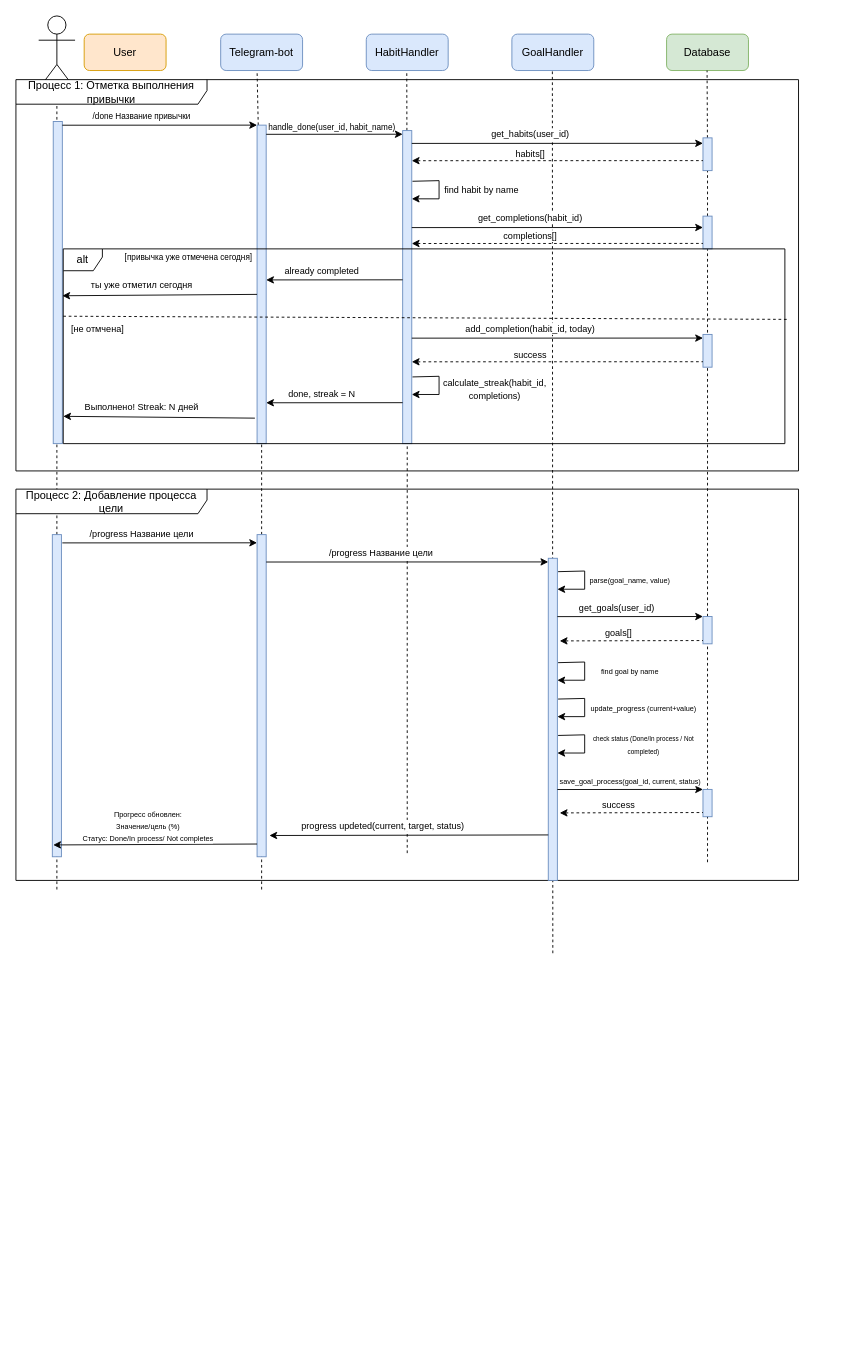
Before: docs/diagrams/sequence.drawio in Laydoren/HG-Bot-Tracker, a draw.io diagram. Source tidied: cells renumbered, new cells numbered last; positions are measured from the earlier drawing's top-left corner, leaving out a move shared by most shapes. Both pictures are drawn from the tidied source at 91%, with x=0, y=0 at pixel (15, 15).
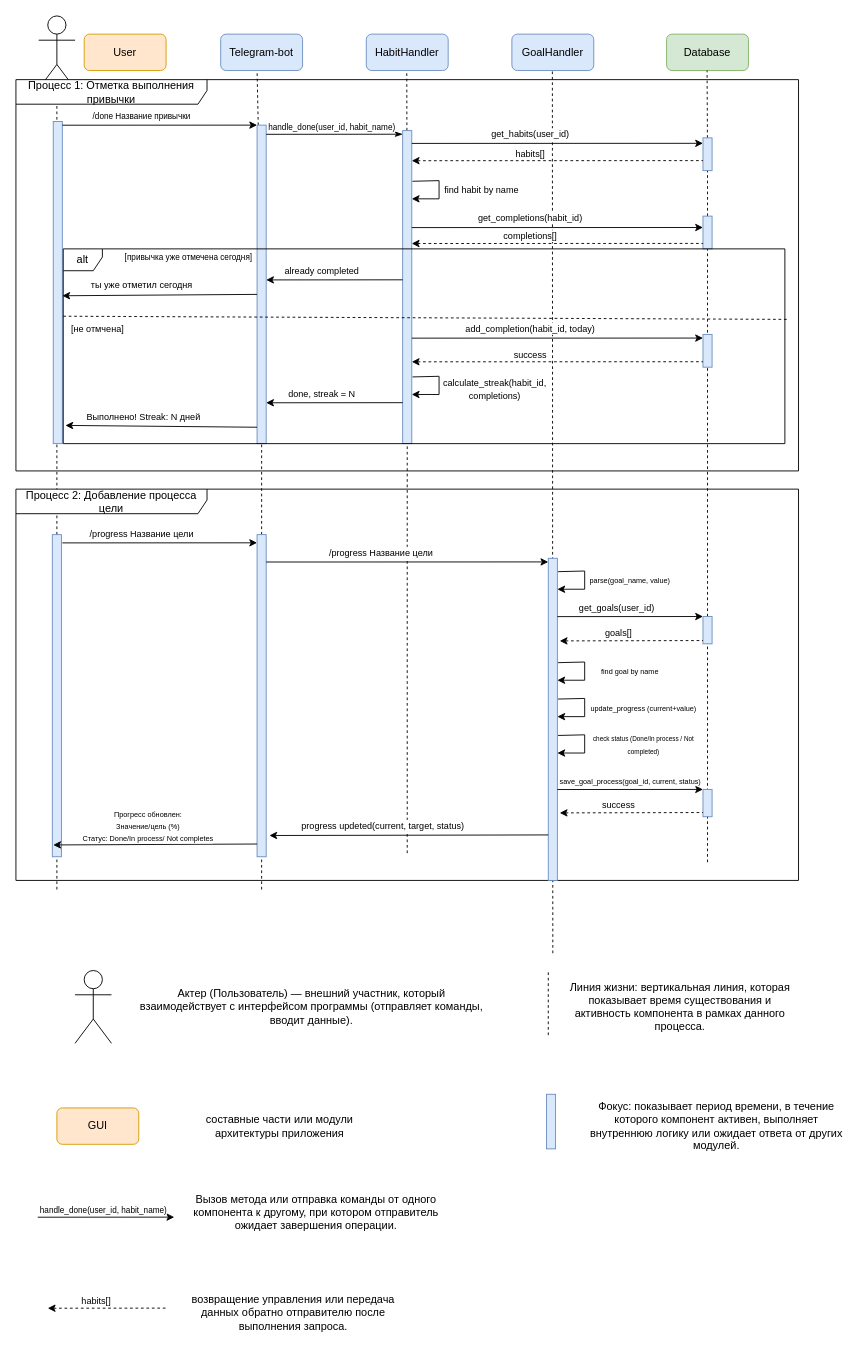
The same page after the edit.

Commit message:
Add legends for diagram sequence

The edit, as a diff of the source:
```diff
@@
-    <mxCell id="12" style="endArrow=classic;html=1;rounded=0;exitX=0.145;exitY=0.593;exitDx=0;exitDy=0;exitPerimeter=0;" parent="1" edge="1">
+    <mxCell id="12" style="endArrow=classic;html=1;rounded=0;exitX=0.145;exitY=0.593;exitDx=0;exitDy=0;exitPerimeter=0;endFill=1;" parent="1" edge="1">
       <mxGeometry relative="1" as="geometry">
         <mxPoint x="51" y="120.1" as="sourcePoint" />
         <mxPoint x="265" y="120" as="targetPoint" />
       </mxGeometry>
     </mxCell>
@@
-    <mxCell id="16" style="endArrow=classic;html=1;rounded=0;exitX=0.145;exitY=0.593;exitDx=0;exitDy=0;exitPerimeter=0;" parent="1" edge="1">
+    <mxCell id="16" style="endArrow=classicThin;html=1;rounded=0;exitX=0.145;exitY=0.593;exitDx=0;exitDy=0;exitPerimeter=0;endFill=1;" parent="1" edge="1">
       <mxGeometry relative="1" as="geometry">
         <mxPoint x="275" y="130.1" as="sourcePoint" />
         <mxPoint x="425" y="130" as="targetPoint" />
       </mxGeometry>
     </mxCell>
@@
     <mxCell id="46" style="endArrow=none;html=1;rounded=0;exitX=0.003;exitY=0.757;exitDx=0;exitDy=0;exitPerimeter=0;startArrow=classic;startFill=1;endFill=0;" parent="1" edge="1">
       <mxGeometry relative="1" as="geometry">
-        <mxPoint x="52" y="440" as="sourcePoint" />
-        <mxPoint x="262.6" y="442" as="targetPoint" />
+        <mxPoint x="54.4" y="450" as="sourcePoint" />
+        <mxPoint x="265" y="452" as="targetPoint" />
       </mxGeometry>
     </mxCell>
@@
+    <mxCell id="86" style="shape=umlActor;verticalLabelPosition=bottom;verticalAlign=top;html=1;" parent="1" vertex="1">
+      <mxGeometry x="65" y="1049" width="40" height="80" as="geometry" />
+    </mxCell>
+    <mxCell id="87" value="GUI" style="rounded=1;whiteSpace=wrap;html=1;fillColor=#ffe6cc;strokeColor=#d79b00;" parent="1" vertex="1">
+      <mxGeometry x="45" y="1200" width="90" height="40" as="geometry" />
+    </mxCell>
+    <mxCell id="88" value="&lt;span style=&quot;&quot;&gt;Актер (Пользователь)&lt;/span&gt; — внешний участник, который взаимодействует с интерфейсом программы (отправляет команды, вводит данные)." style="text;html=1;whiteSpace=wrap;strokeColor=none;fillColor=none;align=center;verticalAlign=middle;rounded=0;" parent="1" vertex="1">
+      <mxGeometry x="135" y="1074" width="380" height="30" as="geometry" />
+    </mxCell>
+    <mxCell id="89" style="endArrow=classic;html=1;rounded=0;exitX=0.145;exitY=0.593;exitDx=0;exitDy=0;exitPerimeter=0;" parent="1" edge="1">
+      <mxGeometry relative="1" as="geometry">
+        <mxPoint x="24" y="1320.1" as="sourcePoint" />
+        <mxPoint x="174" y="1320" as="targetPoint" />
+      </mxGeometry>
+    </mxCell>
+    <mxCell id="90" value="&lt;font style=&quot;font-size: 9px;&quot;&gt;handle_done(user_id, habit_name)&lt;/font&gt;" style="edgeLabel;html=1;align=center;verticalAlign=middle;" parent="89" vertex="1">
+      <mxGeometry x="-0.39" y="-2" relative="1" as="geometry">
+        <mxPoint x="25" y="-11" as="offset" />
+      </mxGeometry>
+    </mxCell>
+    <mxCell id="91" value="составные части или модули архитектуры приложения" style="text;html=1;whiteSpace=wrap;strokeColor=none;fillColor=none;align=center;verticalAlign=middle;rounded=0;" parent="1" vertex="1">
+      <mxGeometry x="175" y="1205" width="230" height="30" as="geometry" />
+    </mxCell>
+    <mxCell id="92" value="Вызов метода или отправка команды от одного компонента к другому, при котором отправитель ожидает завершения операции." style="text;html=1;whiteSpace=wrap;strokeColor=none;fillColor=none;align=center;verticalAlign=middle;rounded=0;" parent="1" vertex="1">
+      <mxGeometry x="185" y="1300" width="290" height="30" as="geometry" />
+    </mxCell>
+    <mxCell id="93" style="endArrow=none;dashed=1;html=1;strokeWidth=1;rounded=0;" parent="1" edge="1">
+      <mxGeometry relative="1" as="geometry">
+        <mxPoint x="585" y="1120" as="sourcePoint" />
+        <mxPoint x="585" y="1049" as="targetPoint" />
+      </mxGeometry>
+    </mxCell>
+    <mxCell id="94" style="rounded=0;whiteSpace=wrap;html=1;fillColor=#dae8fc;strokeColor=#6c8ebf;" parent="1" vertex="1">
+      <mxGeometry x="583" y="1185" width="10" height="60" as="geometry" />
+    </mxCell>
+    <mxCell id="95" value="Линия жизни: вертикальная линия, которая показывает время существования и активность компонента в рамках данного процесса." style="text;html=1;whiteSpace=wrap;strokeColor=none;fillColor=none;align=center;verticalAlign=middle;rounded=0;" parent="1" vertex="1">
+      <mxGeometry x="600" y="1074" width="260" height="30" as="geometry" />
+    </mxCell>
+    <mxCell id="96" style="endArrow=none;html=1;rounded=0;exitX=0.145;exitY=0.593;exitDx=0;exitDy=0;exitPerimeter=0;startArrow=classic;startFill=1;endFill=0;dashed=1;" parent="1" edge="1">
+      <mxGeometry relative="1" as="geometry">
+        <mxPoint x="35" y="1420.1" as="sourcePoint" />
+        <mxPoint x="165" y="1420" as="targetPoint" />
+      </mxGeometry>
+    </mxCell>
+    <mxCell id="97" value="&lt;font size=&quot;1&quot;&gt;habits[]&lt;/font&gt;" style="edgeLabel;html=1;align=center;verticalAlign=middle;" parent="96" vertex="1">
+      <mxGeometry x="-0.19" y="1" relative="1" as="geometry">
+        <mxPoint y="-8" as="offset" />
+      </mxGeometry>
+    </mxCell>
+    <mxCell id="98" value="возвращение управления или передача данных обратно отправителю после выполнения запроса." style="text;html=1;whiteSpace=wrap;strokeColor=none;fillColor=none;align=center;verticalAlign=middle;rounded=0;" parent="1" vertex="1">
+      <mxGeometry x="175" y="1410" width="260" height="30" as="geometry" />
+    </mxCell>
+    <mxCell id="99" value="Фокус: показывает период времени, в течение которого компонент активен, выполняет внутреннюю логику или ожидает ответа от других модулей." style="text;html=1;whiteSpace=wrap;strokeColor=none;fillColor=none;align=center;verticalAlign=middle;rounded=0;" parent="1" vertex="1">
+      <mxGeometry x="625" y="1205" width="290" height="30" as="geometry" />
+    </mxCell>
```
